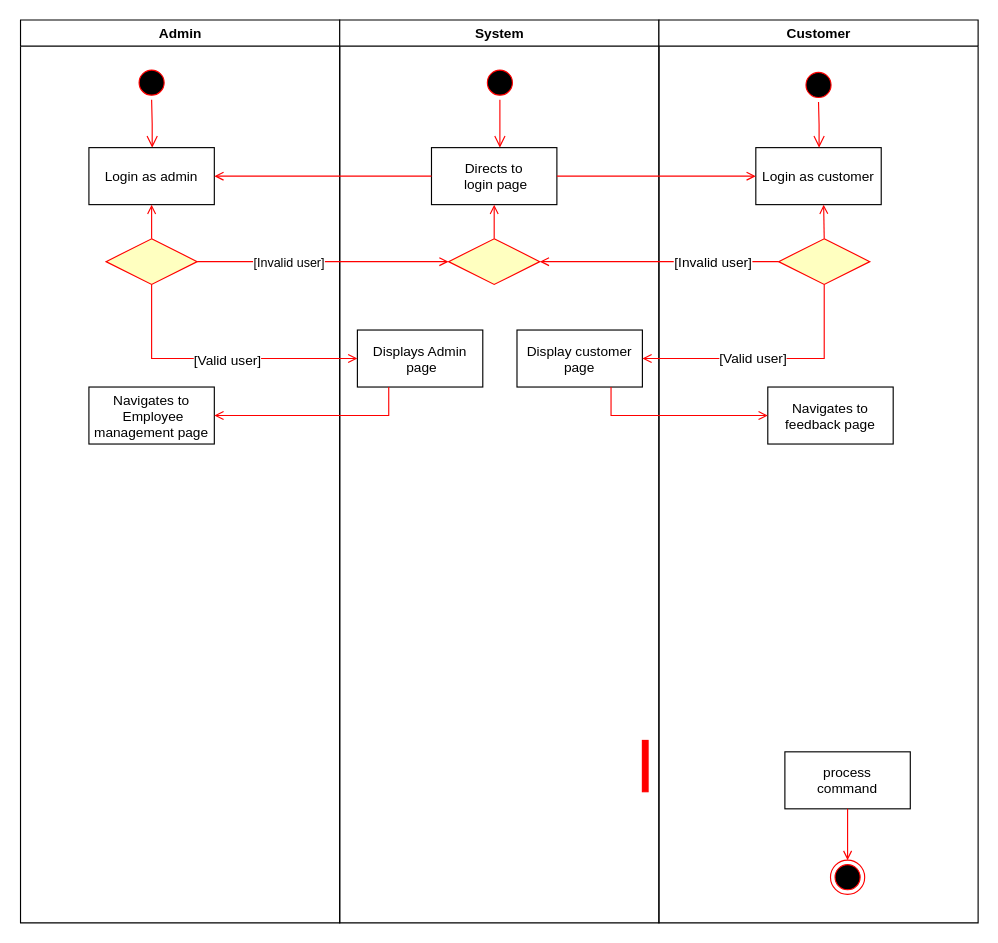
Earlier version of the draw.io diagram Activity.drawio (ChamudiRW/first). Source tidied: cells renumbered, new cells numbered last; positions are measured from the earlier drawing's top-left corner, leaving out a move shared by most shapes. Both pictures are drawn from the tidied source at 114%, with x=0, y=0 at pixel (19, 19).
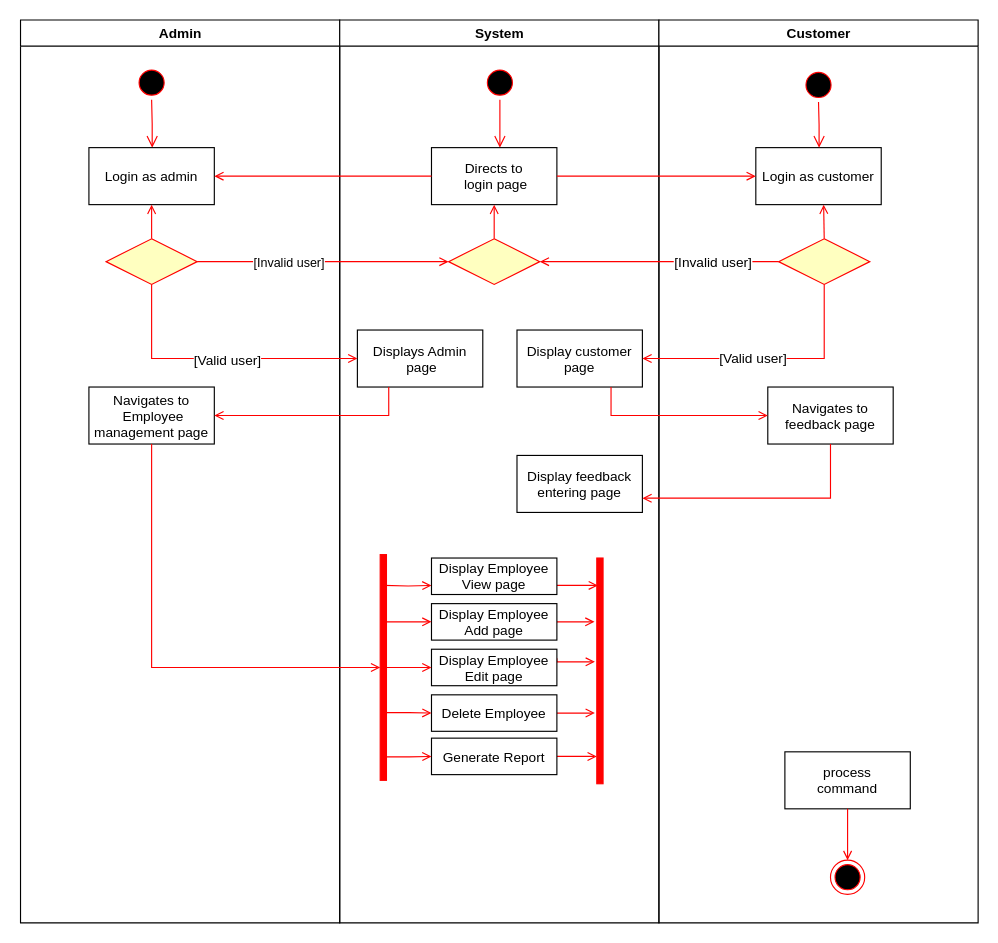
The same diagram, later.

The change refers to these unchanged cells:
```xml
<mxCell id="8" value="Navigates to&#10; Employee &#10;management page" parent="2" vertex="1">
  <mxGeometry x="60" y="322" width="110" height="50" as="geometry" />
</mxCell>
<mxCell id="9" value="System" style="swimlane;whiteSpace=wrap;" parent="1" vertex="1">
  <mxGeometry x="280.5" width="280" height="792" as="geometry" />
</mxCell>
<mxCell id="27" value="Navigates to &#10;feedback page" parent="18" vertex="1">
  <mxGeometry x="95.5" y="322" width="110" height="50" as="geometry" />
</mxCell>
```

What changed in the source:
```diff
@@
     <mxCell id="15" style="whiteSpace=wrap;strokeColor=#FF0000;fillColor=#FF0000;" parent="9" vertex="1">
-      <mxGeometry x="265.5" y="632" width="5" height="45" as="geometry" />
+      <mxGeometry x="35.5" y="469" width="5.5" height="198" as="geometry" />
     </mxCell>
@@
+    <mxCell id="40" value="Display feedback&#10;entering page" parent="9" vertex="1">
+      <mxGeometry x="155.5" y="382" width="110" height="50" as="geometry" />
+    </mxCell>
+    <mxCell id="41" style="edgeStyle=orthogonalEdgeStyle;rounded=0;jettySize=auto;html=1;entryX=0;entryY=0.75;entryDx=0;entryDy=0;fontSize=11;strokeColor=#FF0000;endFill=1;endArrow=open;" parent="9" edge="1" target="43">
+      <mxGeometry relative="1" as="geometry">
+        <mxPoint x="38.5" y="496" as="sourcePoint" />
+      </mxGeometry>
+    </mxCell>
+    <mxCell id="42" style="edgeStyle=orthogonalEdgeStyle;rounded=0;jettySize=auto;html=1;exitX=1;exitY=0.75;exitDx=0;exitDy=0;entryX=0.182;entryY=0.123;entryDx=0;entryDy=0;entryPerimeter=0;fontSize=11;strokeColor=#FF0000;endFill=1;endArrow=open;" parent="9" edge="1" source="43" target="52">
+      <mxGeometry relative="1" as="geometry" />
+    </mxCell>
+    <mxCell id="43" value="Display Employee&#10;View page" parent="9" vertex="1">
+      <mxGeometry x="80.5" y="472" width="110" height="32" as="geometry" />
+    </mxCell>
+    <mxCell id="44" style="edgeStyle=orthogonalEdgeStyle;rounded=0;jettySize=auto;html=1;exitX=1;exitY=0.5;exitDx=0;exitDy=0;fontSize=11;strokeColor=#FF0000;endFill=1;endArrow=open;" parent="9" edge="1" source="45">
+      <mxGeometry relative="1" as="geometry">
+        <mxPoint x="223.5" y="528" as="targetPoint" />
+      </mxGeometry>
+    </mxCell>
+    <mxCell id="45" value="Display Employee&#10;Add page" parent="9" vertex="1">
+      <mxGeometry x="80.5" y="512" width="110" height="32" as="geometry" />
+    </mxCell>
+    <mxCell id="46" style="edgeStyle=orthogonalEdgeStyle;rounded=0;jettySize=auto;html=1;exitX=1;exitY=0.25;exitDx=0;exitDy=0;entryX=-0.303;entryY=0.46;entryDx=0;entryDy=0;fontSize=11;entryPerimeter=0;strokeColor=#FF0000;endFill=1;endArrow=open;" parent="9" edge="1" source="47" target="52">
+      <mxGeometry relative="1" as="geometry">
+        <Array as="points">
+          <mxPoint x="191" y="563" />
+        </Array>
+      </mxGeometry>
+    </mxCell>
+    <mxCell id="47" value="Display Employee&#10;Edit page" parent="9" vertex="1">
+      <mxGeometry x="80.5" y="552" width="110" height="32" as="geometry" />
+    </mxCell>
+    <mxCell id="48" style="edgeStyle=orthogonalEdgeStyle;rounded=0;jettySize=auto;html=1;exitX=1;exitY=0.5;exitDx=0;exitDy=0;entryX=-0.303;entryY=0.689;entryDx=0;entryDy=0;entryPerimeter=0;fontSize=11;strokeColor=#FF0000;endFill=1;endArrow=open;" parent="9" edge="1" source="49" target="52">
+      <mxGeometry relative="1" as="geometry" />
+    </mxCell>
+    <mxCell id="49" value="Delete Employee" parent="9" vertex="1">
+      <mxGeometry x="80.5" y="592" width="110" height="32" as="geometry" />
+    </mxCell>
+    <mxCell id="50" style="edgeStyle=orthogonalEdgeStyle;rounded=0;jettySize=auto;html=1;exitX=1;exitY=0.5;exitDx=0;exitDy=0;entryX=0;entryY=0.879;entryDx=0;entryDy=0;entryPerimeter=0;fontSize=11;strokeColor=#FF0000;endFill=1;endArrow=open;" parent="9" edge="1" source="51" target="52">
+      <mxGeometry relative="1" as="geometry" />
+    </mxCell>
+    <mxCell id="51" value="Generate Report" parent="9" vertex="1">
+      <mxGeometry x="80.5" y="630" width="110" height="32" as="geometry" />
+    </mxCell>
+    <mxCell id="52" style="whiteSpace=wrap;strokeColor=#FF0000;fillColor=#FF0000;" parent="9" vertex="1">
+      <mxGeometry x="225.5" y="472" width="5.5" height="198" as="geometry" />
+    </mxCell>
+    <mxCell id="53" style="edgeStyle=orthogonalEdgeStyle;rounded=0;jettySize=auto;html=1;exitX=0.909;exitY=0.325;exitDx=0;exitDy=0;entryX=0;entryY=0.5;entryDx=0;entryDy=0;fontSize=11;exitPerimeter=0;strokeColor=#FF0000;endFill=1;endArrow=open;" parent="9" edge="1" source="15" target="45">
+      <mxGeometry relative="1" as="geometry">
+        <Array as="points">
+          <mxPoint x="41" y="528" />
+        </Array>
+      </mxGeometry>
+    </mxCell>
+    <mxCell id="54" style="edgeStyle=orthogonalEdgeStyle;rounded=0;jettySize=auto;html=1;entryX=0;entryY=0.5;entryDx=0;entryDy=0;fontSize=11;strokeColor=#FF0000;endFill=1;endArrow=open;exitX=1;exitY=0.5;exitDx=0;exitDy=0;" parent="9" edge="1" source="15" target="47">
+      <mxGeometry relative="1" as="geometry" />
+    </mxCell>
+    <mxCell id="55" style="edgeStyle=orthogonalEdgeStyle;rounded=0;jettySize=auto;html=1;entryX=0;entryY=0.5;entryDx=0;entryDy=0;fontSize=11;strokeColor=#FF0000;endFill=1;endArrow=open;exitX=0.909;exitY=0.7;exitDx=0;exitDy=0;exitPerimeter=0;" parent="9" edge="1" source="15" target="49">
+      <mxGeometry relative="1" as="geometry" />
+    </mxCell>
+    <mxCell id="56" style="edgeStyle=orthogonalEdgeStyle;rounded=0;jettySize=auto;html=1;entryX=0;entryY=0.5;entryDx=0;entryDy=0;fontSize=11;strokeColor=#FF0000;endFill=1;endArrow=open;exitX=0.909;exitY=0.896;exitDx=0;exitDy=0;exitPerimeter=0;" parent="9" edge="1" source="15" target="51">
+      <mxGeometry relative="1" as="geometry" />
+    </mxCell>
@@
+    <mxCell id="57" style="edgeStyle=orthogonalEdgeStyle;rounded=0;jettySize=auto;html=1;exitX=0.5;exitY=1;exitDx=0;exitDy=0;entryX=1;entryY=0.75;entryDx=0;entryDy=0;fontSize=11;strokeColor=#FF0000;endFill=1;endArrow=open;" parent="1" edge="1" source="27" target="40">
+      <mxGeometry relative="1" as="geometry" />
+    </mxCell>
+    <mxCell id="58" style="edgeStyle=orthogonalEdgeStyle;rounded=0;jettySize=auto;html=1;exitX=0.5;exitY=1;exitDx=0;exitDy=0;entryX=0;entryY=0.5;entryDx=0;entryDy=0;fontSize=11;strokeColor=#FF0000;endFill=1;endArrow=open;" parent="1" edge="1" source="8" target="15">
+      <mxGeometry relative="1" as="geometry" />
+    </mxCell>
```
